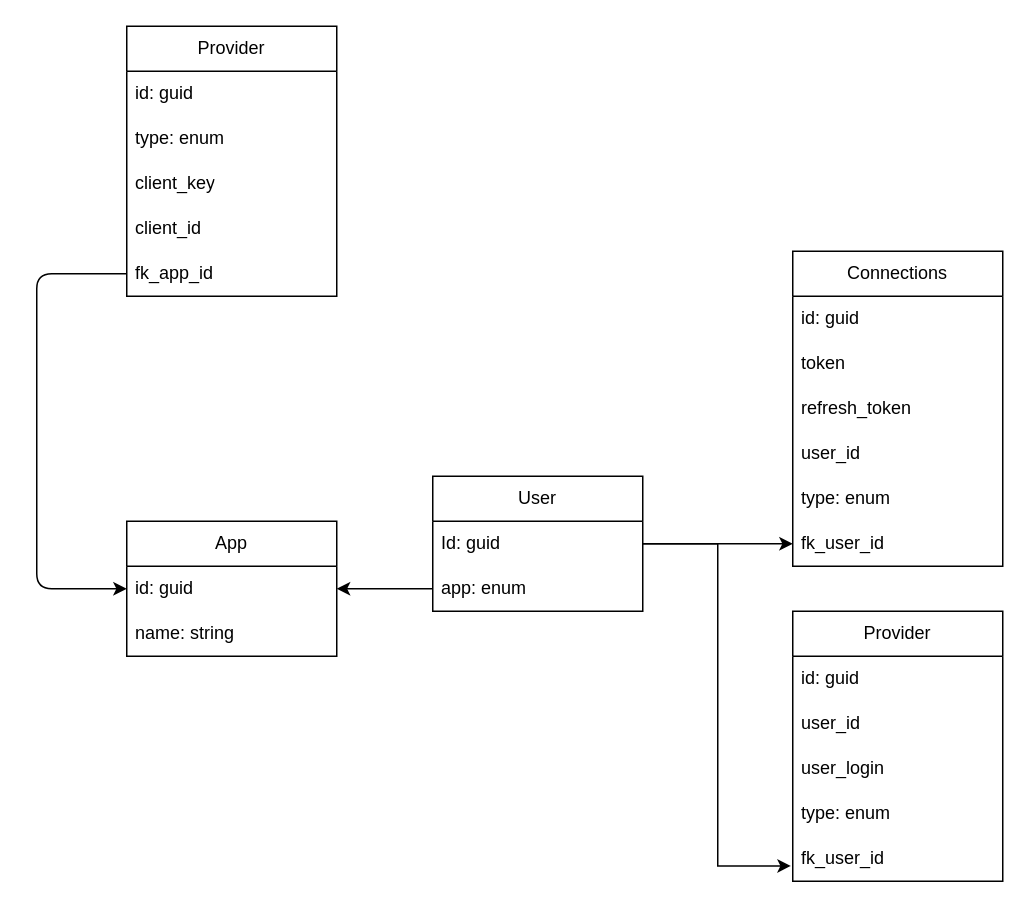
Above: Database.drawio in em1dev/ElPatoAuth (draw.io), before the change. Source tidied: cells renumbered, new cells numbered last; positions are measured from the earlier drawing's top-left corner, leaving out a move shared by most shapes. Both pictures are drawn from the tidied source at 150%, with x=0, y=0 at pixel (36, 26).
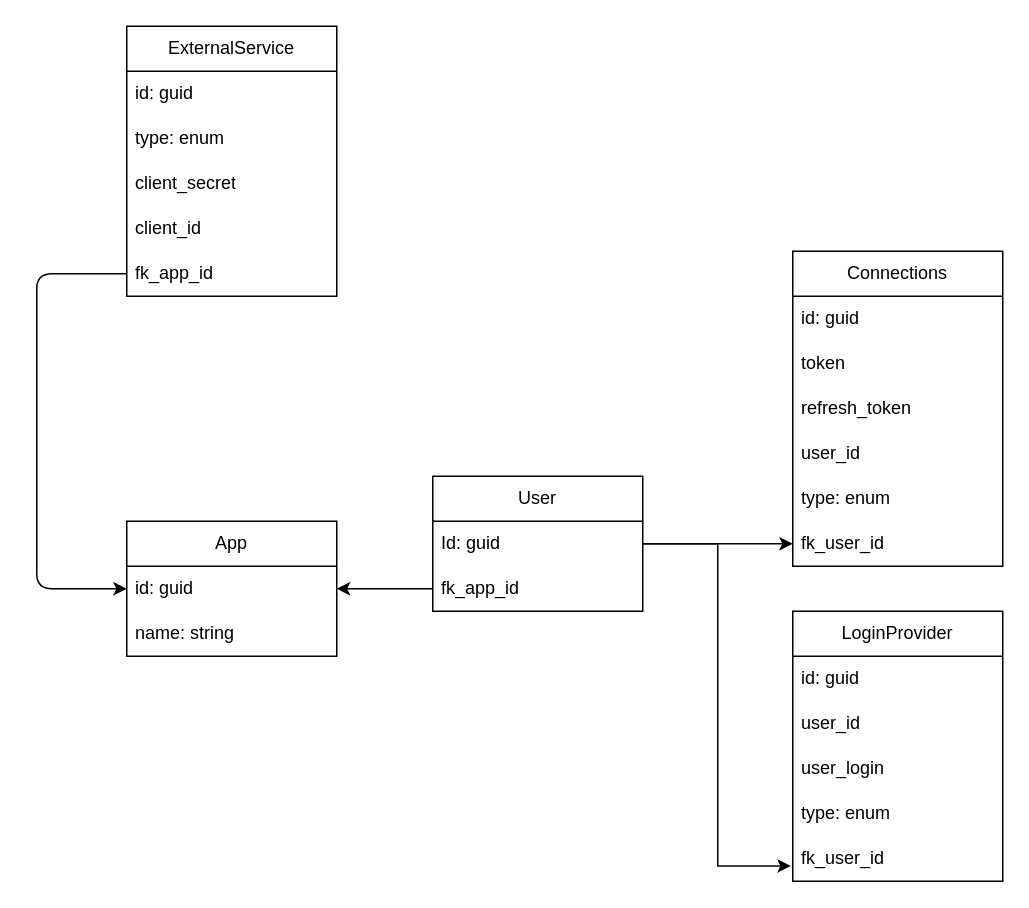
Above is the later version.

The change refers to these unchanged cells:
```xml
<mxCell id="2" value="User" style="swimlane;fontStyle=0;horizontal=1;startSize=30;whiteSpace=wrap;html=1;" parent="1" vertex="1">
  <mxGeometry x="264" y="300" width="140" height="90" as="geometry" />
</mxCell>
```

Change to the diagram source:
```diff
@@
-    <mxCell id="4" value="app: enum" style="text;strokeColor=none;fillColor=none;align=left;verticalAlign=middle;spacingLeft=4;spacingRight=4;overflow=hidden;points=[[0,0.5],[1,0.5]];portConstraint=eastwest;whiteSpace=wrap;html=1;" parent="2" vertex="1">
+    <mxCell id="4" value="fk_app_id" style="text;strokeColor=none;fillColor=none;align=left;verticalAlign=middle;spacingLeft=4;spacingRight=4;overflow=hidden;points=[[0,0.5],[1,0.5]];portConstraint=eastwest;whiteSpace=wrap;html=1;" parent="2" vertex="1">
       <mxGeometry y="60" width="140" height="30" as="geometry" />
     </mxCell>
@@
-    <mxCell id="12" value="Provider" style="swimlane;fontStyle=0;horizontal=1;startSize=30;whiteSpace=wrap;html=1;" parent="1" vertex="1">
+    <mxCell id="12" value="LoginProvider" style="swimlane;fontStyle=0;horizontal=1;startSize=30;whiteSpace=wrap;html=1;" parent="1" vertex="1">
       <mxGeometry x="504" y="390" width="140" height="180" as="geometry" />
     </mxCell>
@@
-    <mxCell id="23" value="Provider" style="swimlane;fontStyle=0;horizontal=1;startSize=30;whiteSpace=wrap;html=1;" parent="1" vertex="1">
+    <mxCell id="23" value="ExternalService" style="swimlane;fontStyle=0;horizontal=1;startSize=30;whiteSpace=wrap;html=1;" parent="1" vertex="1">
       <mxGeometry x="60" width="140" height="180" as="geometry" />
     </mxCell>
@@
-    <mxCell id="26" value="client_key" style="text;strokeColor=none;fillColor=none;align=left;verticalAlign=middle;spacingLeft=4;spacingRight=4;overflow=hidden;whiteSpace=wrap;html=1;" parent="23" vertex="1">
+    <mxCell id="26" value="client_secret" style="text;strokeColor=none;fillColor=none;align=left;verticalAlign=middle;spacingLeft=4;spacingRight=4;overflow=hidden;whiteSpace=wrap;html=1;" parent="23" vertex="1">
       <mxGeometry y="90" width="140" height="30" as="geometry" />
     </mxCell>
```
